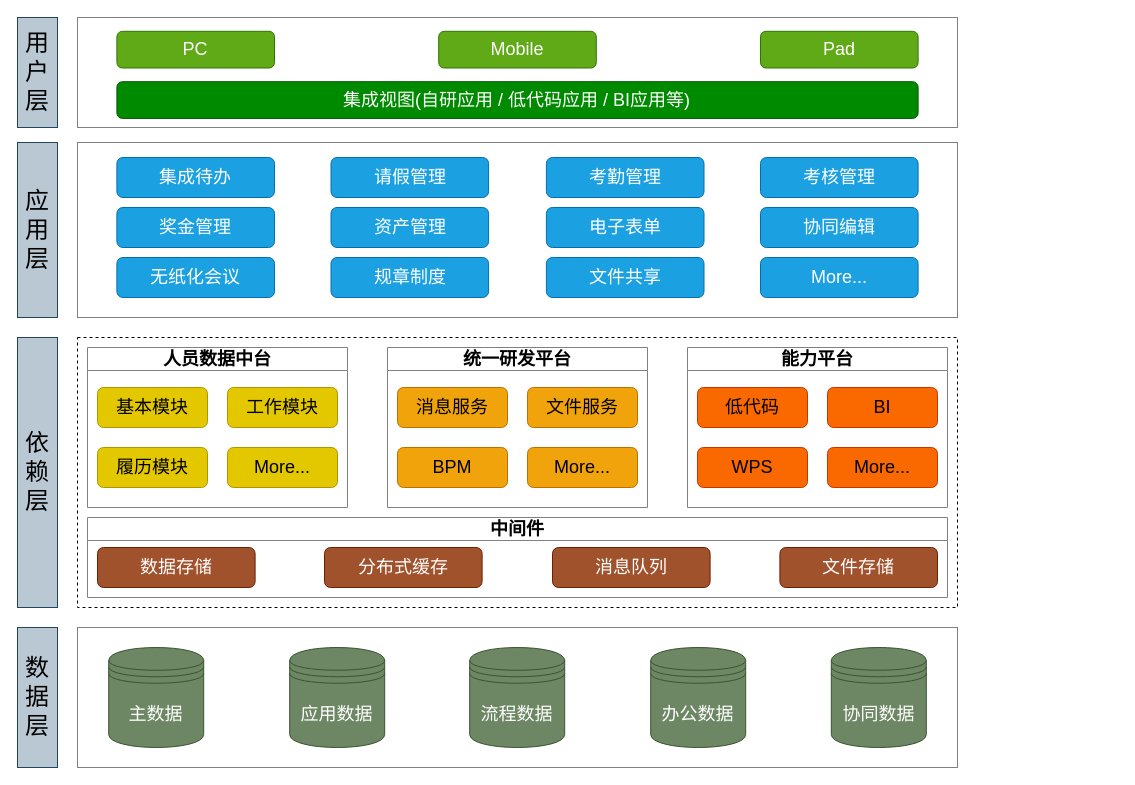
The draw.io diagram cmp/cmp-platform-architecture-diagram.drawio in O70/diagram-hub, before the edit. Source tidied: cells renumbered, new cells numbered last; positions are measured from the earlier drawing's top-left corner, leaving out a move shared by most shapes. Both pictures are drawn from the tidied source at 100%, with x=0, y=0 at pixel (17, 17).
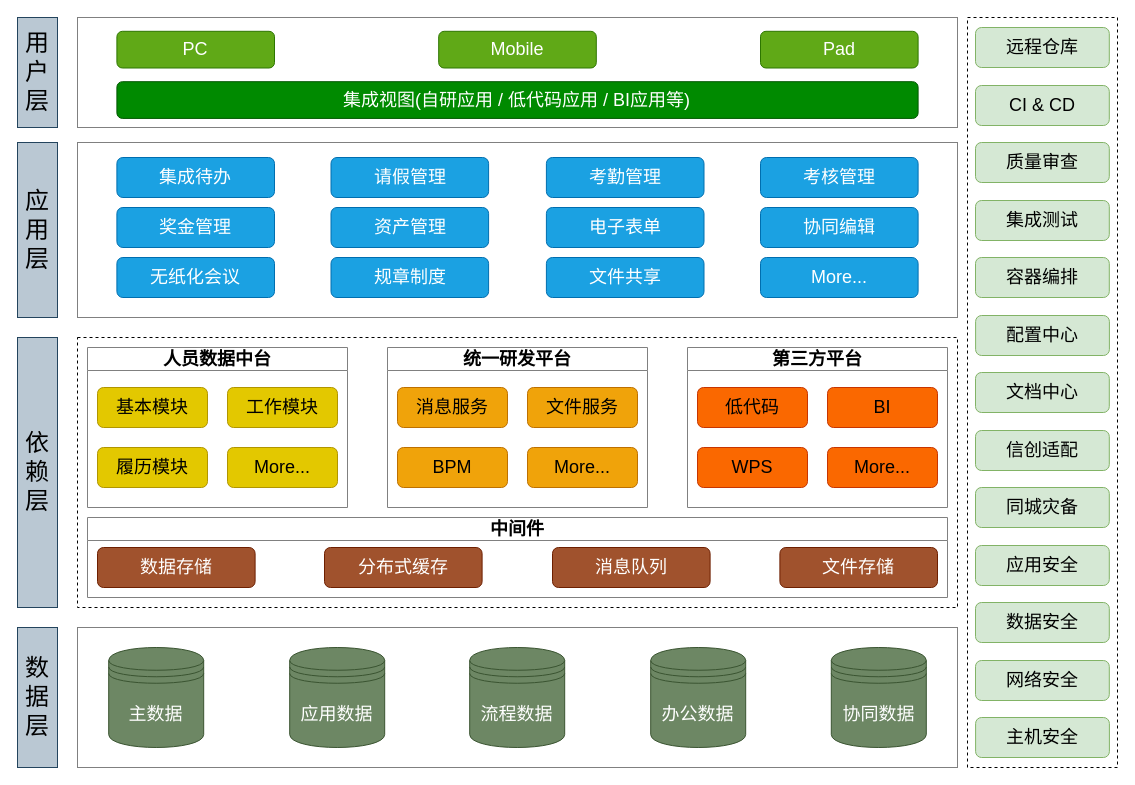
Above is the later version.

Change to the diagram source:
```diff
@@
-    <mxCell id="41" value="&lt;font size=&quot;4&quot;&gt;能力平台&lt;/font&gt;" style="swimlane;whiteSpace=wrap;html=1;startSize=23;strokeColor=#808080;" parent="1" vertex="1">
+    <mxCell id="41" value="&lt;font size=&quot;4&quot;&gt;第三方平台&lt;/font&gt;" style="swimlane;whiteSpace=wrap;html=1;startSize=23;strokeColor=#808080;" parent="1" vertex="1">
       <mxGeometry x="670" y="330" width="260" height="160" as="geometry" />
     </mxCell>
@@
+    <mxCell id="53" style="rounded=0;whiteSpace=wrap;html=1;dashed=1;" parent="1" vertex="1">
+      <mxGeometry x="950" width="150" height="750" as="geometry" />
+    </mxCell>
+    <mxCell id="54" value="&lt;font size=&quot;4&quot;&gt;远程仓库&lt;/font&gt;" style="rounded=1;whiteSpace=wrap;html=1;fillColor=#d5e8d4;strokeColor=#82b366;flipH=0;flipV=1;" parent="1" vertex="1">
+      <mxGeometry x="958" y="10" width="133.8" height="40" as="geometry" />
+    </mxCell>
+    <mxCell id="55" value="&lt;font size=&quot;4&quot;&gt;质量审查&lt;/font&gt;" style="rounded=1;whiteSpace=wrap;html=1;fillColor=#d5e8d4;strokeColor=#82b366;flipH=0;flipV=1;" parent="1" vertex="1">
+      <mxGeometry x="958" y="125" width="133.8" height="40" as="geometry" />
+    </mxCell>
+    <mxCell id="56" value="&lt;font size=&quot;4&quot;&gt;集成测试&lt;/font&gt;" style="rounded=1;whiteSpace=wrap;html=1;fillColor=#d5e8d4;strokeColor=#82b366;flipH=0;flipV=1;" parent="1" vertex="1">
+      <mxGeometry x="958" y="183" width="133.8" height="40" as="geometry" />
+    </mxCell>
+    <mxCell id="57" value="&lt;font size=&quot;4&quot;&gt;CI &amp;amp; CD&lt;/font&gt;" style="rounded=1;whiteSpace=wrap;html=1;fillColor=#d5e8d4;strokeColor=#82b366;flipH=0;flipV=1;" parent="1" vertex="1">
+      <mxGeometry x="958" y="68" width="133.8" height="40" as="geometry" />
+    </mxCell>
+    <mxCell id="58" value="&lt;font size=&quot;4&quot;&gt;配置中心&lt;/font&gt;" style="rounded=1;whiteSpace=wrap;html=1;fillColor=#d5e8d4;strokeColor=#82b366;flipH=0;flipV=1;" parent="1" vertex="1">
+      <mxGeometry x="958.1" y="298" width="133.8" height="40" as="geometry" />
+    </mxCell>
+    <mxCell id="59" value="&lt;font size=&quot;4&quot;&gt;网络安全&lt;/font&gt;" style="rounded=1;whiteSpace=wrap;html=1;fillColor=#d5e8d4;strokeColor=#82b366;flipH=0;flipV=1;" parent="1" vertex="1">
+      <mxGeometry x="958" y="643" width="133.8" height="40" as="geometry" />
+    </mxCell>
+    <mxCell id="60" value="&lt;font size=&quot;4&quot;&gt;数据安全&lt;/font&gt;" style="rounded=1;whiteSpace=wrap;html=1;fillColor=#d5e8d4;strokeColor=#82b366;flipH=0;flipV=1;" parent="1" vertex="1">
+      <mxGeometry x="958" y="585" width="133.8" height="40" as="geometry" />
+    </mxCell>
+    <mxCell id="61" value="&lt;font size=&quot;4&quot;&gt;文档中心&lt;/font&gt;" style="rounded=1;whiteSpace=wrap;html=1;fillColor=#d5e8d4;strokeColor=#82b366;flipH=0;flipV=1;" parent="1" vertex="1">
+      <mxGeometry x="958" y="355" width="133.8" height="40" as="geometry" />
+    </mxCell>
+    <mxCell id="62" value="&lt;font size=&quot;4&quot;&gt;应用安全&lt;/font&gt;" style="rounded=1;whiteSpace=wrap;html=1;fillColor=#d5e8d4;strokeColor=#82b366;flipH=0;flipV=1;" parent="1" vertex="1">
+      <mxGeometry x="958" y="528" width="133.8" height="40" as="geometry" />
+    </mxCell>
+    <mxCell id="63" value="&lt;font size=&quot;4&quot;&gt;主机安全&lt;/font&gt;" style="rounded=1;whiteSpace=wrap;html=1;fillColor=#d5e8d4;strokeColor=#82b366;flipH=0;flipV=1;" parent="1" vertex="1">
+      <mxGeometry x="958.1" y="700" width="133.8" height="40" as="geometry" />
+    </mxCell>
+    <mxCell id="64" value="&lt;font size=&quot;4&quot;&gt;信创适配&lt;/font&gt;" style="rounded=1;whiteSpace=wrap;html=1;fillColor=#d5e8d4;strokeColor=#82b366;flipH=0;flipV=1;" parent="1" vertex="1">
+      <mxGeometry x="958" y="413" width="133.8" height="40" as="geometry" />
+    </mxCell>
+    <mxCell id="65" value="&lt;font size=&quot;4&quot;&gt;容器编排&lt;/font&gt;" style="rounded=1;whiteSpace=wrap;html=1;fillColor=#d5e8d4;strokeColor=#82b366;flipH=0;flipV=1;" parent="1" vertex="1">
+      <mxGeometry x="958" y="240" width="133.8" height="40" as="geometry" />
+    </mxCell>
+    <mxCell id="66" value="&lt;font size=&quot;4&quot;&gt;同城灾备&lt;/font&gt;" style="rounded=1;whiteSpace=wrap;html=1;fillColor=#d5e8d4;strokeColor=#82b366;flipH=0;flipV=1;" parent="1" vertex="1">
+      <mxGeometry x="958" y="470" width="133.8" height="40" as="geometry" />
+    </mxCell>
```
